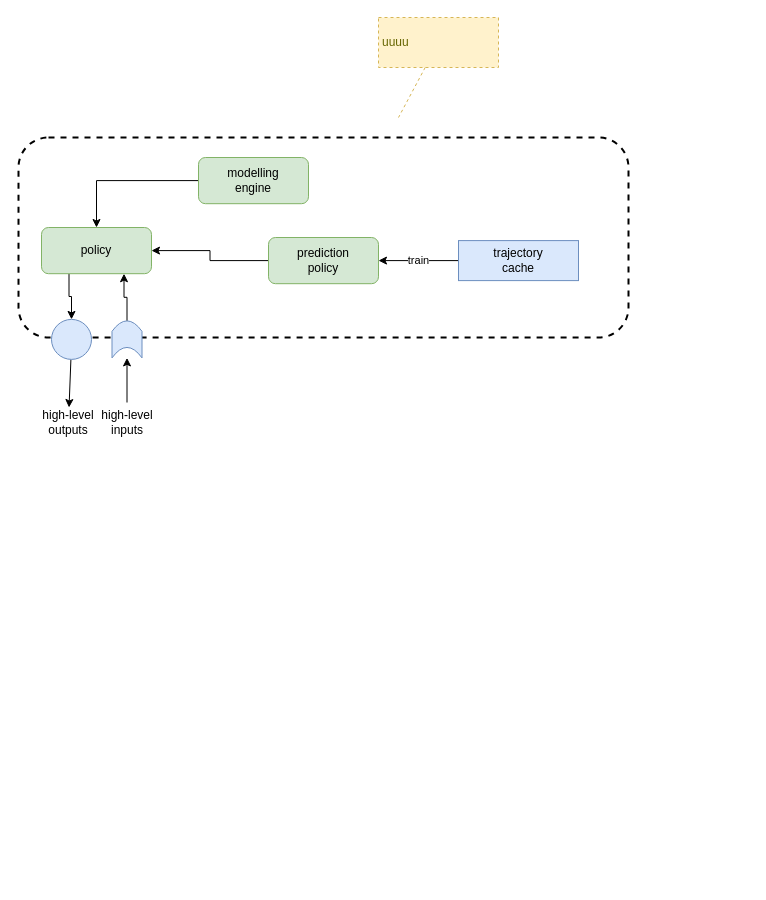
Above: page "with-modelling-and-prediction" (8 of 8) of files/Executive-control.drawio in malcolmlett/malcolmlett.github.io (draw.io), before the change. Source tidied: cells renumbered, new cells numbered last; positions are measured from the earlier drawing's top-left corner, leaving out a move shared by most shapes. Both pictures are drawn from the tidied source at 100%, with x=0, y=0 at pixel (18, 17).
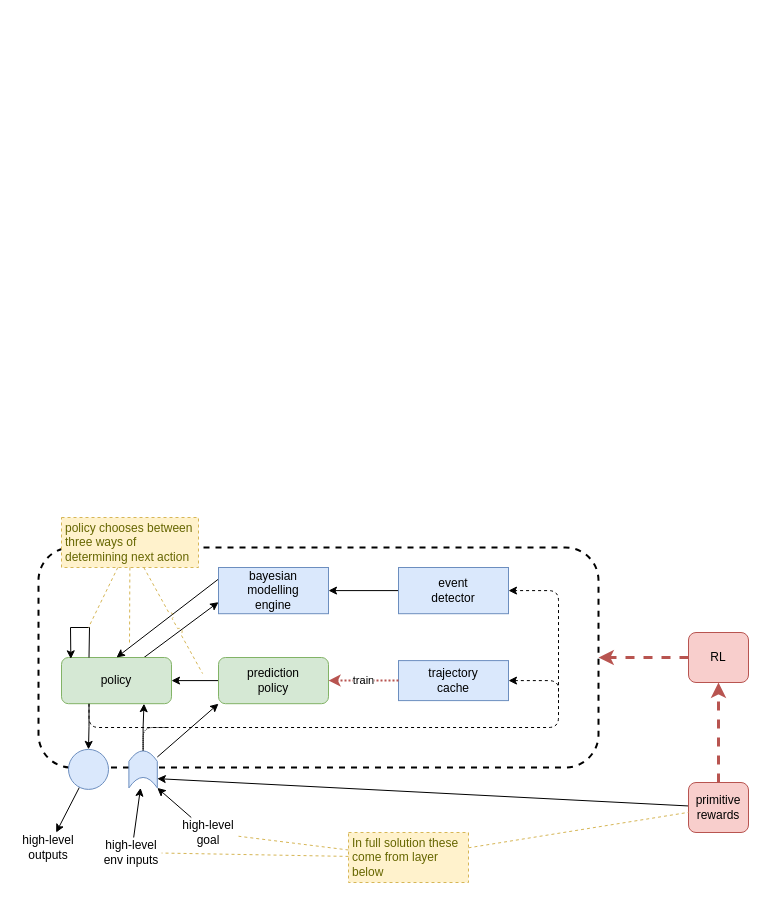
The same diagram, later.

What changed in the source:
```diff
@@
-    <mxCell id="2" style="rounded=1;whiteSpace=wrap;html=1;fillColor=none;dashed=1;strokeWidth=2;fontSize=17;" parent="1" vertex="1">
-      <mxGeometry y="120" width="610" height="200" as="geometry" />
-    </mxCell>
-    <mxCell id="3" style="edgeStyle=none;rounded=0;jettySize=auto;html=1;fontSize=17;" parent="1" edge="1" source="4" target="9">
-      <mxGeometry relative="1" as="geometry" />
-    </mxCell>
-    <mxCell id="4" style="ellipse;whiteSpace=wrap;html=1;rounded=1;strokeWidth=1;fillColor=#dae8fc;strokeColor=#6c8ebf;fontSize=17;" parent="1" vertex="1">
-      <mxGeometry x="33" y="301.9" width="40" height="40" as="geometry" />
-    </mxCell>
-    <mxCell id="5" style="edgeStyle=none;rounded=0;jettySize=auto;html=1;fontSize=17;" parent="1" edge="1" source="8" target="7">
-      <mxGeometry relative="1" as="geometry" />
-    </mxCell>
-    <mxCell id="6" style="edgeStyle=orthogonalEdgeStyle;rounded=0;jettySize=auto;html=1;entryX=0.75;entryY=1;entryDx=0;entryDy=0;" parent="1" edge="1" source="7" target="13">
-      <mxGeometry relative="1" as="geometry" />
-    </mxCell>
-    <mxCell id="7" style="shape=dataStorage;whiteSpace=wrap;html=1;fixedSize=1;rounded=1;strokeWidth=1;fillColor=#dae8fc;strokeColor=#6c8ebf;rotation=90;size=10.440361664870636;horizontal=1;fontSize=17;" parent="1" vertex="1">
-      <mxGeometry x="90" y="306.9" width="37" height="30" as="geometry" />
-    </mxCell>
-    <mxCell id="8" value="high-level&lt;br&gt;inputs" style="text;html=1;strokeColor=none;fillColor=none;align=center;verticalAlign=middle;whiteSpace=wrap;rounded=0;dashed=1;dashPattern=1 1;fontStyle=0;" parent="1" vertex="1">
-      <mxGeometry x="68.5" y="385" width="80" height="40" as="geometry" />
-    </mxCell>
+    <mxCell id="20" style="rounded=1;whiteSpace=wrap;html=1;fillColor=none;dashed=1;strokeWidth=2;fontSize=17;" parent="1" vertex="1">
+      <mxGeometry x="20" y="530" width="560" height="220" as="geometry" />
+    </mxCell>
+    <mxCell id="21" style="edgeStyle=none;rounded=0;jettySize=auto;html=1;fontSize=17;" parent="1" edge="1" source="22" target="9">
+      <mxGeometry relative="1" as="geometry" />
+    </mxCell>
+    <mxCell id="22" style="ellipse;whiteSpace=wrap;html=1;rounded=1;strokeWidth=1;fillColor=#dae8fc;strokeColor=#6c8ebf;fontSize=17;" parent="1" vertex="1">
+      <mxGeometry x="50" y="731.9" width="40" height="40" as="geometry" />
+    </mxCell>
+    <mxCell id="23" style="edgeStyle=none;rounded=0;jettySize=auto;html=1;fontSize=17;" parent="1" edge="1" source="28" target="27">
+      <mxGeometry relative="1" as="geometry" />
+    </mxCell>
+    <mxCell id="24" style="edgeStyle=orthogonalEdgeStyle;rounded=0;jettySize=auto;html=1;entryX=0.75;entryY=1;entryDx=0;entryDy=0;" parent="1" edge="1" source="27" target="13">
+      <mxGeometry relative="1" as="geometry" />
+    </mxCell>
+    <mxCell id="25" style="edgeStyle=orthogonalEdgeStyle;rounded=1;jettySize=auto;html=1;endArrow=none;endFill=0;strokeWidth=1;jumpStyle=arc;dashed=1;dashPattern=1 1;" parent="1" edge="1" source="27">
+      <mxGeometry relative="1" as="geometry">
+        <mxPoint x="150" y="710" as="targetPoint" />
+        <Array as="points">
+          <mxPoint x="125" y="710" />
+        </Array>
+      </mxGeometry>
+    </mxCell>
+    <mxCell id="26" style="rounded=0;jettySize=auto;html=1;entryX=0;entryY=1;entryDx=0;entryDy=0;" parent="1" edge="1" source="27" target="17">
+      <mxGeometry relative="1" as="geometry" />
+    </mxCell>
+    <mxCell id="27" style="shape=dataStorage;whiteSpace=wrap;html=1;fixedSize=1;rounded=1;strokeWidth=1;fillColor=#dae8fc;strokeColor=#6c8ebf;rotation=90;size=10.440361664870636;horizontal=1;fontSize=17;" parent="1" vertex="1">
+      <mxGeometry x="106.1" y="737.7" width="37" height="28.4" as="geometry" />
+    </mxCell>
+    <mxCell id="28" value="high-level&lt;br&gt;env inputs" style="text;html=1;strokeColor=none;fillColor=none;align=center;verticalAlign=middle;whiteSpace=wrap;rounded=0;dashed=1;dashPattern=1 1;fontStyle=0;" parent="1" vertex="1">
+      <mxGeometry x="83.1" y="820" width="60" height="30" as="geometry" />
+    </mxCell>
     <mxCell id="9" value="high-level&lt;br&gt;outputs" style="text;html=1;strokeColor=none;fillColor=none;align=center;verticalAlign=middle;whiteSpace=wrap;rounded=0;dashed=1;dashPattern=1 1;fontStyle=0;" parent="1" vertex="1">
-      <mxGeometry x="10" y="390" width="80" height="30" as="geometry" />
+      <mxGeometry y="815" width="60" height="30" as="geometry" />
     </mxCell>
-    <mxCell id="10" value="uuuu" style="rounded=0;whiteSpace=wrap;html=1;align=left;fillColor=#fff2cc;strokeColor=#d6b656;fontColor=#666600;dashed=1;spacingLeft=2;spacingRight=2;" parent="1" vertex="1">
-      <mxGeometry x="360" width="120" height="50" as="geometry" />
-    </mxCell>
-    <mxCell id="11" style="rounded=0;jumpStyle=arc;jettySize=auto;html=1;strokeWidth=1;fontColor=#666600;dashed=1;strokeColor=#d6b656;fillColor=#fff2cc;endArrow=none;endFill=0;" parent="1" edge="1" source="10">
-      <mxGeometry relative="1" as="geometry">
-        <mxPoint x="380" y="100" as="targetPoint" />
-      </mxGeometry>
-    </mxCell>
-    <mxCell id="12" style="edgeStyle=orthogonalEdgeStyle;rounded=0;jettySize=auto;html=1;exitX=0.25;exitY=1;exitDx=0;exitDy=0;" parent="1" edge="1" source="13" target="4">
-      <mxGeometry relative="1" as="geometry" />
-    </mxCell>
+    <mxCell id="29" style="edgeStyle=orthogonalEdgeStyle;rounded=0;jettySize=auto;html=1;exitX=0.25;exitY=1;exitDx=0;exitDy=0;" parent="1" edge="1" source="13" target="22">
+      <mxGeometry relative="1" as="geometry" />
+    </mxCell>
+    <mxCell id="30" style="rounded=0;jettySize=auto;html=1;endArrow=classic;endFill=1;strokeWidth=1;exitX=0.75;exitY=0;exitDx=0;exitDy=0;entryX=0;entryY=0.75;entryDx=0;entryDy=0;" parent="1" edge="1" source="13" target="32">
+      <mxGeometry relative="1" as="geometry" />
+    </mxCell>
     <mxCell id="13" value="policy" style="rounded=1;whiteSpace=wrap;html=1;fillColor=#d5e8d4;strokeColor=#82b366;verticalAlign=middle;" parent="1" vertex="1">
-      <mxGeometry x="23" y="210" width="110" height="46.2" as="geometry" />
+      <mxGeometry x="43" y="640" width="110" height="46.2" as="geometry" />
     </mxCell>
-    <mxCell id="14" style="edgeStyle=orthogonalEdgeStyle;rounded=0;jettySize=auto;html=1;" parent="1" edge="1" source="15" target="13">
-      <mxGeometry relative="1" as="geometry" />
-    </mxCell>
-    <mxCell id="15" value="modelling&lt;br&gt;engine" style="rounded=1;whiteSpace=wrap;html=1;fillColor=#d5e8d4;strokeColor=#82b366;verticalAlign=middle;" parent="1" vertex="1">
-      <mxGeometry x="180" y="140" width="110" height="46.2" as="geometry" />
-    </mxCell>
+    <mxCell id="31" style="rounded=0;jettySize=auto;html=1;exitX=0;exitY=0.25;exitDx=0;exitDy=0;entryX=0.5;entryY=0;entryDx=0;entryDy=0;" parent="1" edge="1" source="32" target="13">
+      <mxGeometry relative="1" as="geometry" />
+    </mxCell>
+    <mxCell id="32" value="bayesian&lt;br&gt;modelling&lt;br&gt;engine" style="rounded=0;whiteSpace=wrap;html=1;fillColor=#dae8fc;strokeColor=#6c8ebf;verticalAlign=middle;" parent="1" vertex="1">
+      <mxGeometry x="200" y="550" width="110" height="46.2" as="geometry" />
+    </mxCell>
+    <mxCell id="33" style="edgeStyle=orthogonalEdgeStyle;rounded=0;jettySize=auto;html=1;endArrow=classic;endFill=1;strokeWidth=1;" parent="1" edge="1" source="34" target="32">
+      <mxGeometry relative="1" as="geometry" />
+    </mxCell>
+    <mxCell id="34" value="event&lt;br&gt;detector" style="rounded=0;whiteSpace=wrap;html=1;fillColor=#dae8fc;strokeColor=#6c8ebf;verticalAlign=middle;" parent="1" vertex="1">
+      <mxGeometry x="380" y="550" width="110" height="46.2" as="geometry" />
+    </mxCell>
+    <mxCell id="35" style="edgeStyle=orthogonalEdgeStyle;jettySize=auto;html=1;endArrow=classic;strokeWidth=3;fontSize=11;fontColor=#000000;dashed=1;strokeColor=#b85450;fillColor=#f8cecc;rounded=1;exitX=0;exitY=0.5;exitDx=0;exitDy=0;" parent="1" edge="1" source="36" target="20">
+      <mxGeometry relative="1" as="geometry" />
+    </mxCell>
+    <mxCell id="36" value="RL" style="rounded=1;whiteSpace=wrap;html=1;fillColor=#f8cecc;strokeColor=#b85450;" parent="1" vertex="1">
+      <mxGeometry x="670" y="615" width="60" height="50" as="geometry" />
+    </mxCell>
+    <mxCell id="37" style="edgeStyle=none;rounded=1;jettySize=auto;html=1;endArrow=classic;strokeWidth=3;dashed=1;strokeColor=#b85450;fillColor=#f8cecc;" parent="1" edge="1" source="39" target="36">
+      <mxGeometry relative="1" as="geometry" />
+    </mxCell>
+    <mxCell id="38" style="rounded=0;jumpStyle=none;jettySize=auto;html=1;entryX=0.75;entryY=0;entryDx=0;entryDy=0;endArrow=classic;endFill=1;strokeWidth=1;" parent="1" edge="1" source="39" target="27">
+      <mxGeometry relative="1" as="geometry" />
+    </mxCell>
+    <mxCell id="39" value="primitive&lt;br&gt;rewards" style="rounded=1;whiteSpace=wrap;html=1;fillColor=#f8cecc;strokeColor=#b85450;" parent="1" vertex="1">
+      <mxGeometry x="670" y="765" width="60" height="50" as="geometry" />
+    </mxCell>
+    <mxCell id="40" style="edgeStyle=orthogonalEdgeStyle;rounded=1;jettySize=auto;html=1;entryX=1;entryY=0.5;entryDx=0;entryDy=0;endArrow=classic;endFill=1;strokeWidth=1;jumpStyle=none;dashed=1;exitX=0.25;exitY=1;exitDx=0;exitDy=0;" parent="1" edge="1" source="13" target="34">
+      <mxGeometry relative="1" as="geometry">
+        <Array as="points">
+          <mxPoint x="70" y="710" />
+          <mxPoint x="540" y="710" />
+          <mxPoint x="540" y="573" />
+        </Array>
+      </mxGeometry>
+    </mxCell>
+    <mxCell id="41" style="rounded=0;jumpStyle=arc;jettySize=auto;html=1;strokeWidth=1;fontColor=#666600;dashed=1;strokeColor=#d6b656;fillColor=#fff2cc;endArrow=none;endFill=0;" parent="1" edge="1" source="42" target="39">
+      <mxGeometry relative="1" as="geometry" />
+    </mxCell>
+    <mxCell id="42" value="In full solution these come from layer below" style="rounded=0;whiteSpace=wrap;html=1;align=left;fillColor=#fff2cc;strokeColor=#d6b656;fontColor=#666600;dashed=1;spacingLeft=2;spacingRight=2;" parent="1" vertex="1">
+      <mxGeometry x="330" y="815" width="120" height="50" as="geometry" />
+    </mxCell>
+    <mxCell id="43" style="rounded=0;jumpStyle=arc;jettySize=auto;html=1;strokeWidth=1;fontColor=#666600;dashed=1;strokeColor=#d6b656;fillColor=#fff2cc;endArrow=none;endFill=0;" parent="1" edge="1" source="42" target="28">
+      <mxGeometry relative="1" as="geometry" />
+    </mxCell>
+    <mxCell id="44" style="edgeStyle=none;rounded=0;jumpStyle=none;jettySize=auto;html=1;entryX=1;entryY=0;entryDx=0;entryDy=0;endArrow=classic;endFill=1;strokeWidth=1;" parent="1" edge="1" source="45" target="27">
+      <mxGeometry relative="1" as="geometry" />
+    </mxCell>
+    <mxCell id="45" value="high-level&lt;br&gt;goal" style="text;html=1;strokeColor=none;fillColor=none;align=center;verticalAlign=middle;whiteSpace=wrap;rounded=0;dashed=1;dashPattern=1 1;fontStyle=0;" parent="1" vertex="1">
+      <mxGeometry x="160" y="800" width="60" height="30" as="geometry" />
+    </mxCell>
+    <mxCell id="46" style="rounded=0;jumpStyle=arc;jettySize=auto;html=1;strokeWidth=1;fontColor=#666600;dashed=1;strokeColor=#d6b656;fillColor=#fff2cc;endArrow=none;endFill=0;" parent="1" edge="1" source="42" target="45">
+      <mxGeometry relative="1" as="geometry" />
+    </mxCell>
+    <mxCell id="47" style="edgeStyle=none;rounded=0;jumpStyle=none;orthogonalLoop=1;jettySize=auto;html=1;endArrow=classic;endFill=1;strokeWidth=1;entryX=0.085;entryY=0.029;entryDx=0;entryDy=0;exitX=0.25;exitY=0;exitDx=0;exitDy=0;entryPerimeter=0;" parent="1" edge="1" source="13" target="13">
+      <mxGeometry relative="1" as="geometry">
+        <Array as="points">
+          <mxPoint x="71" y="610" />
+          <mxPoint x="52" y="610" />
+        </Array>
+      </mxGeometry>
+    </mxCell>
+    <mxCell id="48" value="policy chooses between three ways of determining next action" style="rounded=0;whiteSpace=wrap;html=1;align=left;fillColor=#fff2cc;strokeColor=#d6b656;fontColor=#666600;dashed=1;spacingLeft=2;spacingRight=2;" parent="1" vertex="1">
+      <mxGeometry x="43" y="500" width="137" height="50" as="geometry" />
+    </mxCell>
+    <mxCell id="49" style="rounded=0;jumpStyle=arc;jettySize=auto;html=1;strokeWidth=1;fontColor=#666600;dashed=1;strokeColor=#d6b656;fillColor=#fff2cc;endArrow=none;endFill=0;" parent="1" edge="1" source="48">
+      <mxGeometry relative="1" as="geometry">
+        <mxPoint x="70" y="610" as="targetPoint" />
+      </mxGeometry>
+    </mxCell>
+    <mxCell id="50" style="rounded=0;jumpStyle=arc;jettySize=auto;html=1;strokeWidth=1;fontColor=#666600;dashed=1;strokeColor=#d6b656;fillColor=#fff2cc;endArrow=none;endFill=0;" parent="1" edge="1" source="48">
+      <mxGeometry relative="1" as="geometry">
+        <mxPoint x="111" y="627" as="targetPoint" />
+      </mxGeometry>
+    </mxCell>
-    <mxCell id="16" style="edgeStyle=orthogonalEdgeStyle;rounded=0;jettySize=auto;html=1;" parent="1" edge="1" source="17" target="13">
+    <mxCell id="16" style="edgeStyle=orthogonalEdgeStyle;rounded=0;jumpStyle=none;jettySize=auto;html=1;endArrow=classic;endFill=1;strokeWidth=1;" parent="1" edge="1" source="17" target="13">
       <mxGeometry relative="1" as="geometry" />
     </mxCell>
     <mxCell id="17" value="prediction&lt;br&gt;policy" style="rounded=1;whiteSpace=wrap;html=1;fillColor=#d5e8d4;strokeColor=#82b366;verticalAlign=middle;" parent="1" vertex="1">
-      <mxGeometry x="250" y="220" width="110" height="46.2" as="geometry" />
+      <mxGeometry x="200" y="640" width="110" height="46.2" as="geometry" />
     </mxCell>
+    <mxCell id="51" style="edgeStyle=orthogonalEdgeStyle;rounded=1;jumpStyle=none;jettySize=auto;html=1;endArrow=classic;endFill=1;strokeWidth=1;dashed=1;entryX=1;entryY=0.5;entryDx=0;entryDy=0;" parent="1" edge="1" target="19">
+      <mxGeometry relative="1" as="geometry">
+        <mxPoint x="540" y="680" as="sourcePoint" />
+        <Array as="points">
+          <mxPoint x="540" y="663" />
+        </Array>
+      </mxGeometry>
+    </mxCell>
+    <mxCell id="19" value="trajectory&lt;br&gt;cache" style="rounded=0;whiteSpace=wrap;html=1;fillColor=#dae8fc;strokeColor=#6c8ebf;" parent="1" vertex="1">
+      <mxGeometry x="380" y="643.1" width="110" height="40" as="geometry" />
+    </mxCell>
-    <mxCell id="18" value="train" style="edgeStyle=orthogonalEdgeStyle;rounded=0;jettySize=auto;html=1;" parent="1" edge="1" source="19" target="17">
+    <mxCell id="18" value="train" style="edgeStyle=orthogonalEdgeStyle;rounded=1;jettySize=auto;html=1;dashed=1;strokeColor=#b85450;strokeWidth=2;fillColor=#f8cecc;dashPattern=1 1;" parent="1" edge="1" source="19" target="17">
       <mxGeometry relative="1" as="geometry" />
     </mxCell>
-    <mxCell id="19" value="trajectory&lt;br&gt;cache" style="rounded=0;whiteSpace=wrap;html=1;fillColor=#dae8fc;strokeColor=#6c8ebf;" parent="1" vertex="1">
-      <mxGeometry x="440" y="223.1" width="120" height="40" as="geometry" />
-    </mxCell>
+    <mxCell id="52" style="rounded=0;jumpStyle=arc;jettySize=auto;html=1;strokeWidth=1;fontColor=#666600;dashed=1;strokeColor=#d6b656;fillColor=#fff2cc;endArrow=none;endFill=0;entryX=0.293;entryY=0.573;entryDx=0;entryDy=0;entryPerimeter=0;" parent="1" edge="1" source="48" target="20">
+      <mxGeometry relative="1" as="geometry" />
+    </mxCell>
```
